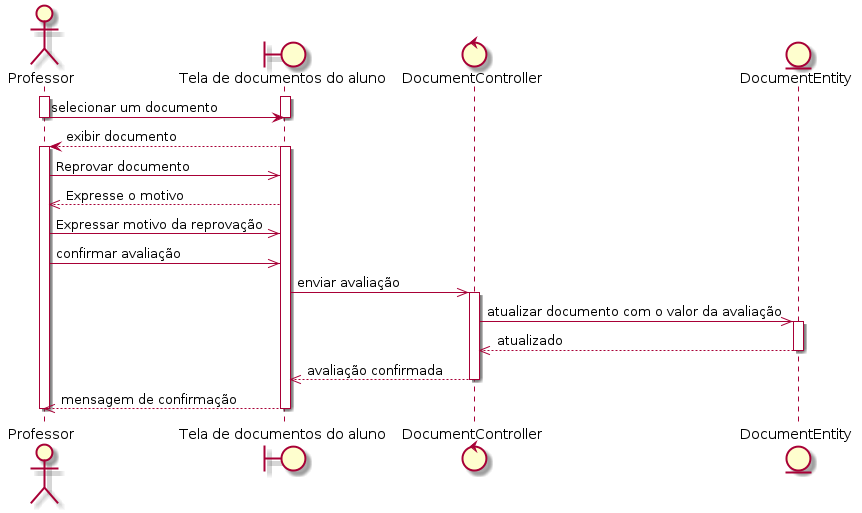
The PlantUML diagram out/sequence/professor/professor.reprove-doc/professor.reprove-doc.png in rodrigoRolim/CAdiagrams, before a commit.
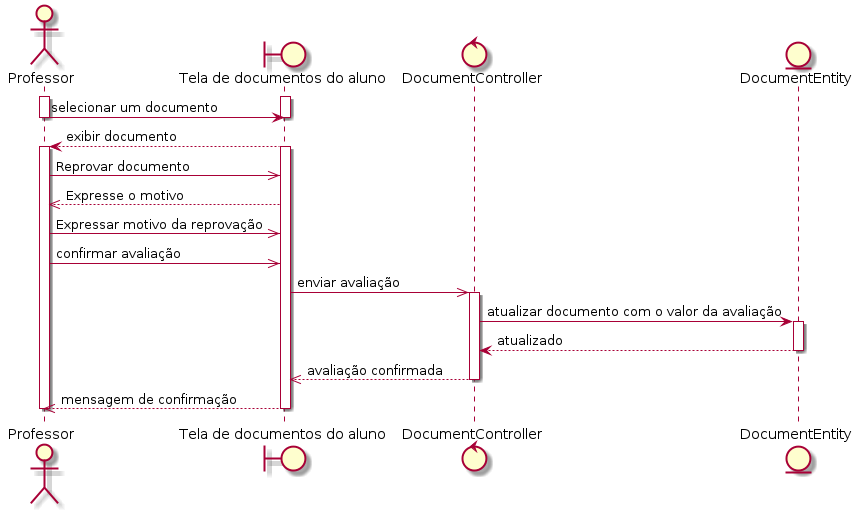
The same diagram one commit later.

The edit, as a diff of the source:
```diff
@@ -19,9 +19,9 @@
 Professor ->> documentos: confirmar avaliação
 documentos ->> controller: enviar avaliação
 activate controller
-controller ->> model: atualizar documento com o valor da avaliação
+controller -> model: atualizar documento com o valor da avaliação
 activate model
-model -->> controller: atualizado
+model --> controller: atualizado
 deactivate model
 controller -->> documentos: avaliação confirmada
 deactivate controller
```
